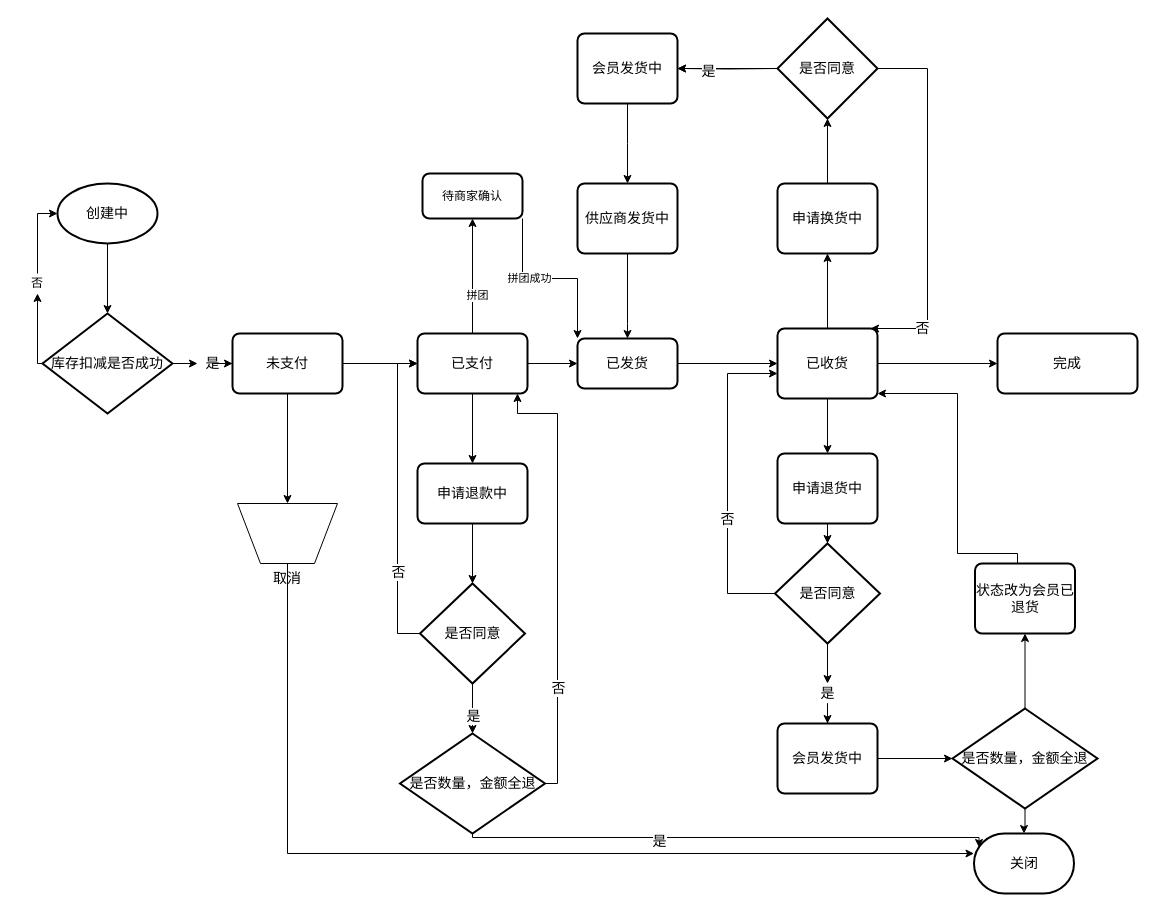
Earlier version of the draw.io diagram 订单流程图.drawio (beimuaihui/blog). Source tidied: cells renumbered, new cells numbered last; positions are measured from the earlier drawing's top-left corner, leaving out a move shared by most shapes. Both pictures are drawn from the tidied source at 100%, with x=0, y=0 at pixel (17, 18).
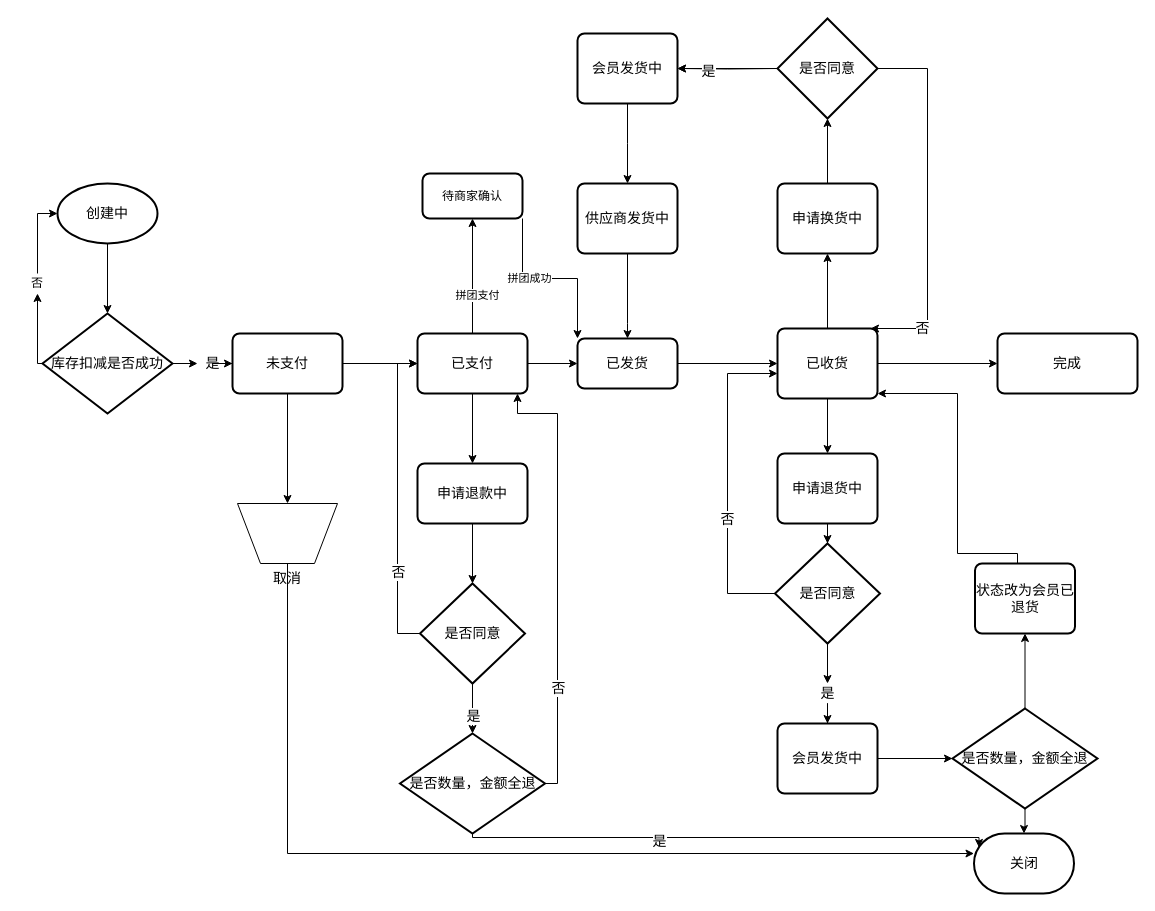
The same diagram, later.

Commit message:
更新订单流程图.drawio

The change refers to these unchanged cells:
```xml
<mxCell id="10" style="edgeStyle=orthogonalEdgeStyle;rounded=0;jettySize=auto;html=1;exitX=0.5;exitY=0;exitDx=0;exitDy=0;entryX=0.5;entryY=1;entryDx=0;entryDy=0;" parent="1" edge="1" source="12" target="70">
  <mxGeometry relative="1" as="geometry" />
</mxCell>
```

The edit, as a diff of the source:
```diff
@@
-    <mxCell id="11" value="拼团" style="edgeLabel;html=1;align=center;verticalAlign=middle;" parent="10" vertex="1">
+    <mxCell id="11" value="拼团支付" style="edgeLabel;html=1;align=center;verticalAlign=middle;" parent="10" vertex="1">
       <mxGeometry x="-0.33" y="-4" relative="1" as="geometry" />
     </mxCell>
```
